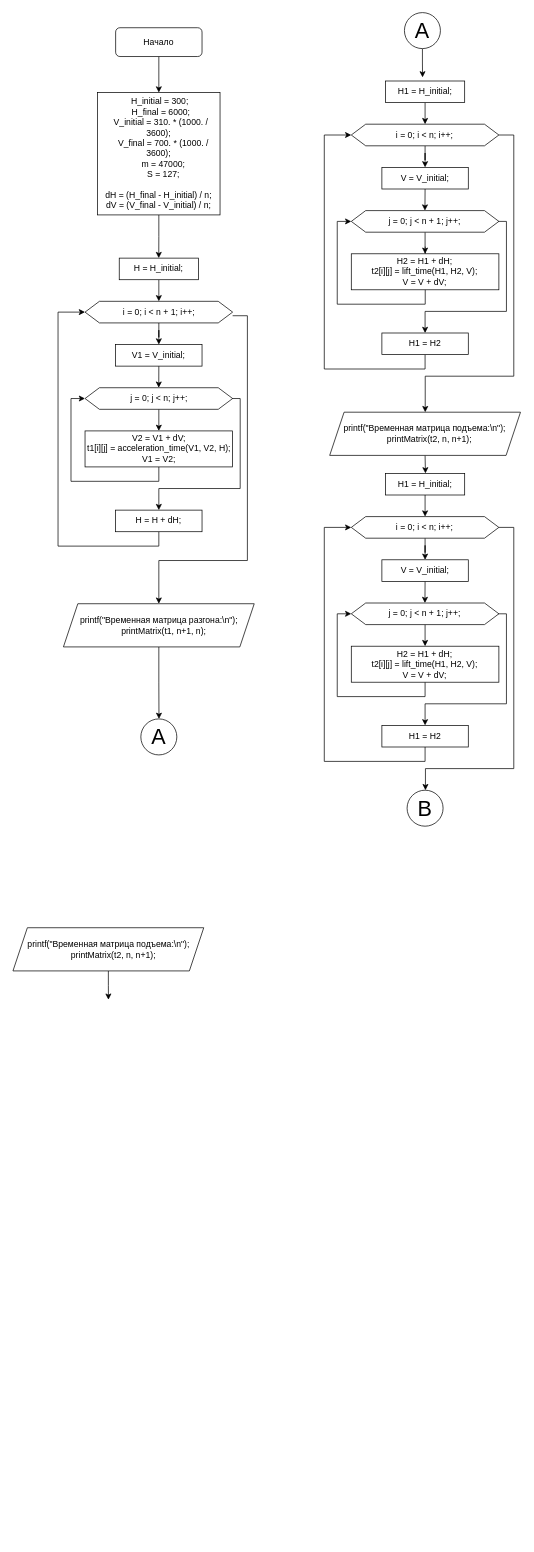
This is Диаграмма без названия.drawio from nerses-a/Least_squares, a draw.io file, before an edit. Source tidied: cells renumbered, new cells numbered last; positions are measured from the earlier drawing's top-left corner, leaving out a move shared by most shapes. Both pictures are drawn from the tidied source at 72%, with x=0, y=0 at pixel (13, 12).
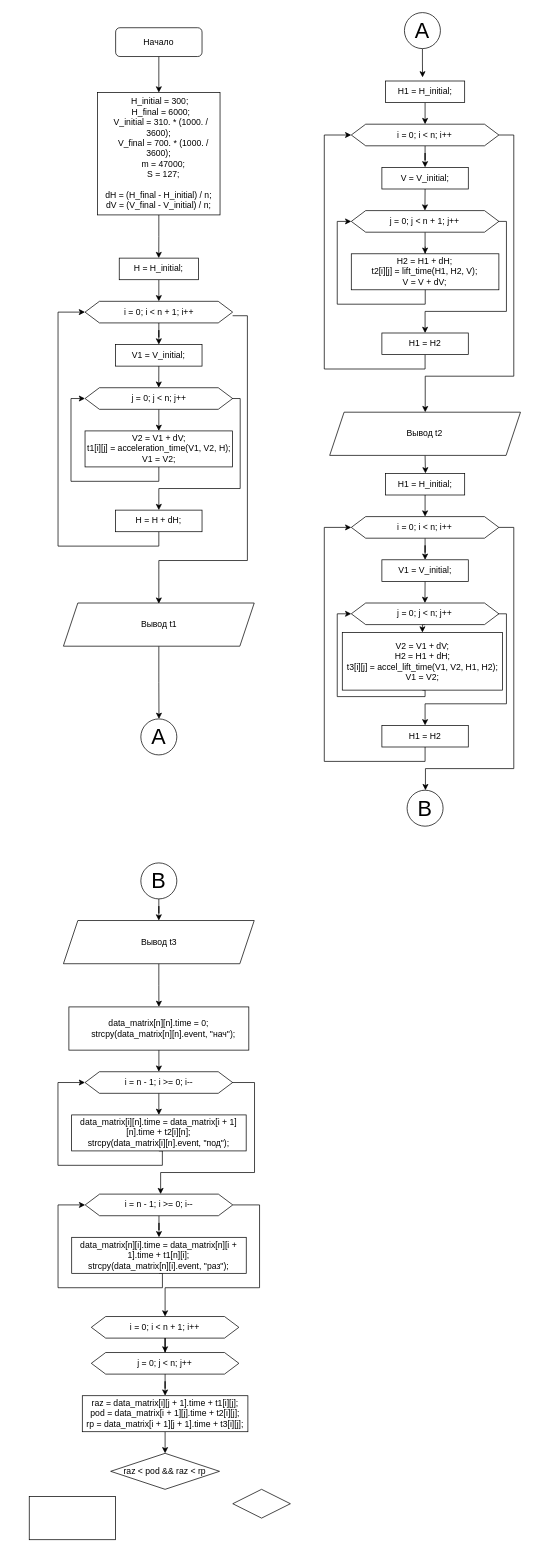
The same page after the edit.

Diff of the diagram source:
```diff
@@
-    <mxCell id="10" value="i = 0; i &amp;lt; n + 1; i++;" style="shape=hexagon;perimeter=hexagonPerimeter2;whiteSpace=wrap;html=1;fixedSize=1;" parent="1" vertex="1">
+    <mxCell id="10" value="i = 0; i &amp;lt; n + 1; i++" style="shape=hexagon;perimeter=hexagonPerimeter2;whiteSpace=wrap;html=1;fixedSize=1;" parent="1" vertex="1">
       <mxGeometry x="99.6" y="401" width="205" height="30" as="geometry" />
     </mxCell>
@@
-    <mxCell id="15" value="j = 0; j &amp;lt; n; j++;" style="shape=hexagon;perimeter=hexagonPerimeter2;whiteSpace=wrap;html=1;fixedSize=1;" parent="1" vertex="1">
+    <mxCell id="15" value="j = 0; j &amp;lt; n; j++" style="shape=hexagon;perimeter=hexagonPerimeter2;whiteSpace=wrap;html=1;fixedSize=1;" parent="1" vertex="1">
       <mxGeometry x="99.6" y="521" width="205" height="30" as="geometry" />
     </mxCell>
@@
-    <mxCell id="21" value="&lt;div&gt;printf(&quot;Временная матрица разгона:\n&quot;);&lt;/div&gt;&lt;div&gt;&amp;nbsp; &amp;nbsp; printMatrix(t1, n+1, n);&lt;/div&gt;" style="shape=parallelogram;perimeter=parallelogramPerimeter;whiteSpace=wrap;html=1;fixedSize=1;" parent="1" vertex="1">
-      <mxGeometry x="69.6" y="821" width="265" height="60" as="geometry" />
+    <mxCell id="21" value="Вывод t1" style="shape=parallelogram;perimeter=parallelogramPerimeter;whiteSpace=wrap;html=1;fixedSize=1;" parent="1" vertex="1">
+      <mxGeometry x="69.6" y="820" width="265" height="60" as="geometry" />
     </mxCell>
@@
-    <mxCell id="27" value="i = 0; i &amp;lt; n; i++;" style="shape=hexagon;perimeter=hexagonPerimeter2;whiteSpace=wrap;html=1;fixedSize=1;" parent="1" vertex="1">
+    <mxCell id="27" value="i = 0; i &amp;lt; n; i++" style="shape=hexagon;perimeter=hexagonPerimeter2;whiteSpace=wrap;html=1;fixedSize=1;" parent="1" vertex="1">
       <mxGeometry x="469.4" y="155" width="205" height="30" as="geometry" />
     </mxCell>
@@
-    <mxCell id="32" value="j = 0; j &amp;lt; n + 1; j++;" style="shape=hexagon;perimeter=hexagonPerimeter2;whiteSpace=wrap;html=1;fixedSize=1;" parent="1" vertex="1">
+    <mxCell id="32" value="j = 0; j &amp;lt; n + 1; j++" style="shape=hexagon;perimeter=hexagonPerimeter2;whiteSpace=wrap;html=1;fixedSize=1;" parent="1" vertex="1">
       <mxGeometry x="469.4" y="275" width="205" height="30" as="geometry" />
     </mxCell>
@@
-    <mxCell id="39" value="&lt;div&gt;printf(&quot;Временная матрица подъема:\n&quot;);&lt;/div&gt;&lt;div&gt;&amp;nbsp; &amp;nbsp; printMatrix(t2, n, n+1);&lt;/div&gt;" style="shape=parallelogram;perimeter=parallelogramPerimeter;whiteSpace=wrap;html=1;fixedSize=1;" parent="1" vertex="1">
+    <mxCell id="39" value="Вывод t2" style="shape=parallelogram;perimeter=parallelogramPerimeter;whiteSpace=wrap;html=1;fixedSize=1;" parent="1" vertex="1">
       <mxGeometry x="439.4" y="555" width="265" height="60" as="geometry" />
     </mxCell>
@@
-    <mxCell id="43" value="i = 0; i &amp;lt; n; i++;" style="shape=hexagon;perimeter=hexagonPerimeter2;whiteSpace=wrap;html=1;fixedSize=1;" parent="1" vertex="1">
+    <mxCell id="43" value="i = 0; i &amp;lt; n; i++" style="shape=hexagon;perimeter=hexagonPerimeter2;whiteSpace=wrap;html=1;fixedSize=1;" parent="1" vertex="1">
       <mxGeometry x="469.4" y="700" width="205" height="30" as="geometry" />
     </mxCell>
@@
-    <mxCell id="45" value="V = V_initial;" style="rounded=0;whiteSpace=wrap;html=1;" parent="1" vertex="1">
+    <mxCell id="45" value="V1 = V_initial;" style="rounded=0;whiteSpace=wrap;html=1;" parent="1" vertex="1">
       <mxGeometry x="511.9" y="760" width="120" height="30" as="geometry" />
     </mxCell>
@@
-    <mxCell id="48" value="j = 0; j &amp;lt; n + 1; j++;" style="shape=hexagon;perimeter=hexagonPerimeter2;whiteSpace=wrap;html=1;fixedSize=1;" parent="1" vertex="1">
+    <mxCell id="48" value="j = 0; j &amp;lt; n; j++" style="shape=hexagon;perimeter=hexagonPerimeter2;whiteSpace=wrap;html=1;fixedSize=1;" parent="1" vertex="1">
       <mxGeometry x="469.4" y="820" width="205" height="30" as="geometry" />
     </mxCell>
@@
-    <mxCell id="50" value="&lt;div&gt;H2 = H1 + dH;&lt;/div&gt;&lt;div&gt;&lt;span style=&quot;background-color: initial;&quot;&gt;t2[i][j] = lift_time(H1, H2, V);&lt;/span&gt;&lt;/div&gt;&lt;div&gt;&lt;span style=&quot;background-color: initial;&quot;&gt;V = V + dV;&lt;/span&gt;&lt;/div&gt;" style="rounded=0;whiteSpace=wrap;html=1;" parent="1" vertex="1">
-      <mxGeometry x="469.4" y="880" width="205" height="50" as="geometry" />
+    <mxCell id="50" value="&lt;div&gt;V2 = V1 + dV;&lt;/div&gt;&lt;div&gt;&lt;span style=&quot;background-color: initial;&quot;&gt;H2 = H1 + dH;&lt;/span&gt;&lt;/div&gt;&lt;div&gt;&lt;span style=&quot;background-color: initial;&quot;&gt;t3[i][j] = accel_lift_time(V1, V2, H1, H2);&lt;/span&gt;&lt;/div&gt;&lt;div&gt;&lt;span style=&quot;background-color: initial;&quot;&gt;V1 = V2;&lt;/span&gt;&lt;/div&gt;" style="rounded=0;whiteSpace=wrap;html=1;" parent="1" vertex="1">
+      <mxGeometry x="456.9" y="861" width="222.6" height="80" as="geometry" />
     </mxCell>
@@
-    <mxCell id="54" style="edgeStyle=orthogonalEdgeStyle;rounded=0;jettySize=auto;html=1;exitX=0.5;exitY=1;exitDx=0;exitDy=0;" parent="1" edge="1" source="55">
-      <mxGeometry relative="1" as="geometry">
-        <mxPoint x="132.1" y="1371" as="targetPoint" />
-      </mxGeometry>
-    </mxCell>
+    <mxCell id="58" style="edgeStyle=orthogonalEdgeStyle;rounded=0;jettySize=auto;html=1;" parent="1" edge="1" source="55" target="62">
+      <mxGeometry relative="1" as="geometry" />
+    </mxCell>
-    <mxCell id="55" value="&lt;div&gt;printf(&quot;Временная матрица подъема:\n&quot;);&lt;/div&gt;&lt;div&gt;&amp;nbsp; &amp;nbsp; printMatrix(t2, n, n+1);&lt;/div&gt;" style="shape=parallelogram;perimeter=parallelogramPerimeter;whiteSpace=wrap;html=1;fixedSize=1;" parent="1" vertex="1">
-      <mxGeometry x="-0.5" y="1271" width="265" height="60" as="geometry" />
+    <mxCell id="55" value="Вывод t3" style="shape=parallelogram;perimeter=parallelogramPerimeter;whiteSpace=wrap;html=1;fixedSize=1;" parent="1" vertex="1">
+      <mxGeometry x="69.6" y="1261" width="265" height="60" as="geometry" />
     </mxCell>
@@
+    <mxCell id="59" style="edgeStyle=orthogonalEdgeStyle;rounded=0;jettySize=auto;html=1;" parent="1" edge="1" source="60" target="55">
+      <mxGeometry relative="1" as="geometry" />
+    </mxCell>
+    <mxCell id="60" value="&lt;span style=&quot;font-size: 30px;&quot;&gt;B&lt;br&gt;&lt;/span&gt;" style="ellipse;whiteSpace=wrap;html=1;" parent="1" vertex="1">
+      <mxGeometry x="177.1" y="1181" width="50" height="50" as="geometry" />
+    </mxCell>
+    <mxCell id="61" style="edgeStyle=orthogonalEdgeStyle;rounded=0;jettySize=auto;html=1;entryX=0.5;entryY=0;entryDx=0;entryDy=0;" parent="1" edge="1" source="62" target="65">
+      <mxGeometry relative="1" as="geometry" />
+    </mxCell>
+    <mxCell id="62" value="&lt;div&gt;data_matrix[n][n].time = 0;&lt;/div&gt;&lt;div&gt;&amp;nbsp; &amp;nbsp; strcpy(data_matrix[n][n].event, &quot;нач&quot;);&lt;/div&gt;" style="rounded=0;whiteSpace=wrap;html=1;" parent="1" vertex="1">
+      <mxGeometry x="77.2" y="1381" width="249.9" height="60" as="geometry" />
+    </mxCell>
+    <mxCell id="63" style="edgeStyle=orthogonalEdgeStyle;rounded=0;orthogonalLoop=1;jettySize=auto;html=1;exitX=1;exitY=0.5;exitDx=0;exitDy=0;" parent="1" edge="1">
+      <mxGeometry relative="1" as="geometry">
+        <mxPoint x="297.1" y="1486" as="sourcePoint" />
+        <mxPoint x="204.6" y="1641" as="targetPoint" />
+        <Array as="points">
+          <mxPoint x="335" y="1486" />
+          <mxPoint x="335" y="1611" />
+          <mxPoint x="205" y="1611" />
+        </Array>
+      </mxGeometry>
+    </mxCell>
+    <mxCell id="64" style="edgeStyle=orthogonalEdgeStyle;rounded=0;jettySize=auto;html=1;" parent="1" edge="1" source="65" target="67">
+      <mxGeometry relative="1" as="geometry" />
+    </mxCell>
+    <mxCell id="65" value="i = n - 1; i &amp;gt;= 0; i--" style="shape=hexagon;perimeter=hexagonPerimeter2;whiteSpace=wrap;html=1;fixedSize=1;" parent="1" vertex="1">
+      <mxGeometry x="99.6" y="1471" width="205" height="30" as="geometry" />
+    </mxCell>
+    <mxCell id="66" style="edgeStyle=orthogonalEdgeStyle;rounded=0;jettySize=auto;html=1;exitX=0.5;exitY=1;exitDx=0;exitDy=0;entryX=0;entryY=0.5;entryDx=0;entryDy=0;" parent="1" edge="1" source="67" target="65">
+      <mxGeometry relative="1" as="geometry">
+        <Array as="points">
+          <mxPoint x="207" y="1581" />
+          <mxPoint x="207" y="1601" />
+          <mxPoint x="62" y="1601" />
+          <mxPoint x="62" y="1486" />
+        </Array>
+      </mxGeometry>
+    </mxCell>
+    <mxCell id="67" value="&lt;div&gt;data_matrix[i][n].time = data_matrix[i + 1][n].time + t2[i][n];&lt;/div&gt;&lt;div&gt;&lt;span style=&quot;background-color: initial;&quot;&gt;strcpy(data_matrix[i][n].event, &quot;под&quot;);&lt;/span&gt;&lt;/div&gt;" style="rounded=0;whiteSpace=wrap;html=1;" parent="1" vertex="1">
+      <mxGeometry x="81" y="1531" width="242.4" height="50" as="geometry" />
+    </mxCell>
+    <mxCell id="68" style="edgeStyle=orthogonalEdgeStyle;rounded=0;jettySize=auto;html=1;" parent="1" edge="1" source="70" target="72">
+      <mxGeometry relative="1" as="geometry" />
+    </mxCell>
+    <mxCell id="69" style="edgeStyle=orthogonalEdgeStyle;rounded=0;jettySize=auto;html=1;exitX=1;exitY=0.5;exitDx=0;exitDy=0;entryX=0.5;entryY=0;entryDx=0;entryDy=0;" parent="1" edge="1" source="70" target="74">
+      <mxGeometry relative="1" as="geometry">
+        <Array as="points">
+          <mxPoint x="342" y="1656" />
+          <mxPoint x="342" y="1771" />
+          <mxPoint x="211" y="1771" />
+        </Array>
+      </mxGeometry>
+    </mxCell>
+    <mxCell id="70" value="i = n - 1; i &amp;gt;= 0; i--" style="shape=hexagon;perimeter=hexagonPerimeter2;whiteSpace=wrap;html=1;fixedSize=1;" parent="1" vertex="1">
+      <mxGeometry x="99.8" y="1641" width="205" height="30" as="geometry" />
+    </mxCell>
+    <mxCell id="71" style="edgeStyle=orthogonalEdgeStyle;rounded=0;jettySize=auto;html=1;exitX=0.5;exitY=1;exitDx=0;exitDy=0;entryX=0;entryY=0.5;entryDx=0;entryDy=0;" parent="1" edge="1" source="72" target="70">
+      <mxGeometry relative="1" as="geometry">
+        <Array as="points">
+          <mxPoint x="207.1" y="1751" />
+          <mxPoint x="207.1" y="1771" />
+          <mxPoint x="62.1" y="1771" />
+          <mxPoint x="62.1" y="1656" />
+        </Array>
+      </mxGeometry>
+    </mxCell>
+    <mxCell id="72" value="&lt;div&gt;data_matrix[n][i].time = data_matrix[n][i + 1].time + t1[n][i];&lt;/div&gt;&lt;div&gt;&lt;span style=&quot;background-color: initial;&quot;&gt;strcpy(data_matrix[n][i].event, &quot;раз&quot;);&lt;/span&gt;&lt;/div&gt;" style="rounded=0;whiteSpace=wrap;html=1;" parent="1" vertex="1">
+      <mxGeometry x="81.1" y="1701" width="242.4" height="50" as="geometry" />
+    </mxCell>
+    <mxCell id="73" style="edgeStyle=orthogonalEdgeStyle;rounded=0;jettySize=auto;html=1;" parent="1" edge="1" source="74" target="76">
+      <mxGeometry relative="1" as="geometry" />
+    </mxCell>
+    <mxCell id="74" value="i = 0; i &amp;lt; n + 1; i++" style="shape=hexagon;perimeter=hexagonPerimeter2;whiteSpace=wrap;html=1;fixedSize=1;" parent="1" vertex="1">
+      <mxGeometry x="108.3" y="1811" width="205" height="30" as="geometry" />
+    </mxCell>
+    <mxCell id="75" style="edgeStyle=orthogonalEdgeStyle;rounded=0;jettySize=auto;html=1;" parent="1" edge="1" source="76" target="78">
+      <mxGeometry relative="1" as="geometry" />
+    </mxCell>
+    <mxCell id="76" value="j = 0; j &amp;lt; n; j++" style="shape=hexagon;perimeter=hexagonPerimeter2;whiteSpace=wrap;html=1;fixedSize=1;" parent="1" vertex="1">
+      <mxGeometry x="108.3" y="1861" width="205" height="30" as="geometry" />
+    </mxCell>
+    <mxCell id="77" style="edgeStyle=orthogonalEdgeStyle;rounded=0;jettySize=auto;html=1;" parent="1" edge="1" source="78" target="79">
+      <mxGeometry relative="1" as="geometry" />
+    </mxCell>
+    <mxCell id="78" value="&lt;div&gt;raz = data_matrix[i][j + 1].time + t1[i][j];&lt;/div&gt;&lt;div&gt;&lt;span style=&quot;background-color: initial;&quot;&gt;pod = data_matrix[i + 1][j].time + t2[i][j];&lt;/span&gt;&lt;/div&gt;&lt;div&gt;&lt;span style=&quot;background-color: initial;&quot;&gt;rp = data_matrix[i + 1][j + 1].time + t3[i][j];&lt;/span&gt;&lt;/div&gt;" style="rounded=0;whiteSpace=wrap;html=1;" parent="1" vertex="1">
+      <mxGeometry x="95.8" y="1921" width="230" height="50" as="geometry" />
+    </mxCell>
+    <mxCell id="79" value="raz &amp;lt; pod &amp;amp;&amp;amp; raz &amp;lt; rp" style="rhombus;whiteSpace=wrap;html=1;" parent="1" vertex="1">
+      <mxGeometry x="135.2" y="2001" width="151.2" height="50" as="geometry" />
+    </mxCell>
+    <mxCell id="80" style="rounded=0;whiteSpace=wrap;html=1;" parent="1" vertex="1">
+      <mxGeometry x="22.1" y="2061" width="120" height="60" as="geometry" />
+    </mxCell>
+    <mxCell id="81" style="rhombus;whiteSpace=wrap;html=1;" parent="1" vertex="1">
+      <mxGeometry x="304.8" y="2051" width="80" height="40" as="geometry" />
+    </mxCell>
```
